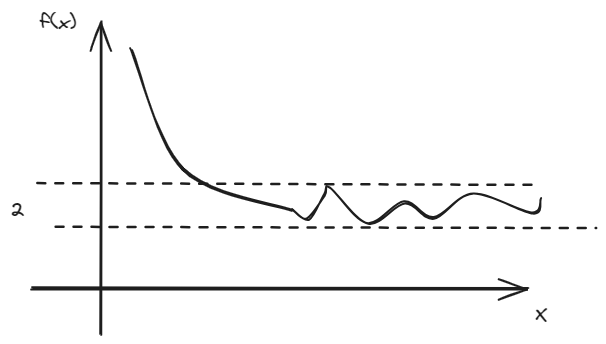
The Excalidraw diagram diplom/assets/math/optimization/stability.excalidraw.png in NMashalov/EducationGenerativeModelApplication, before a commit. Source tidied: one line per element, renumbered; positions are measured from the earlier drawing's top-left corner, leaving out a move shared by most shapes.
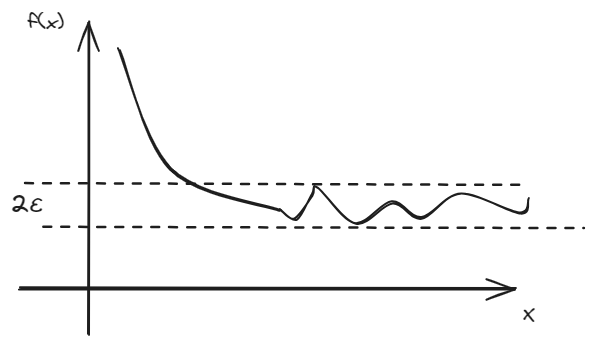
After the change.

What changed in the source:
```diff
@@ -6,4 +6,4 @@
 {"id": 5, "type": "text", "text": "X", "strokeColor": "#1e1e1e", "strokeWidth": 2, "roughness": 1, "fontSize": 20, "fontFamily": 1, "x": 525, "y": 292, "width": 12, "height": 25}
 {"id": 6, "type": "line", "strokeColor": "#1e1e1e", "strokeWidth": 2, "strokeStyle": "dashed", "roughness": 1, "round": true, "x": 28, "y": 174, "width": 500, "height": 1, "points": [[0, 0], [500, 1]]}
 {"id": 7, "type": "line", "strokeColor": "#1e1e1e", "strokeWidth": 2, "strokeStyle": "dashed", "roughness": 1, "round": true, "x": 46, "y": 217, "width": 541, "height": 0, "points": [[0, 0], [541, 0]]}
-{"id": 8, "type": "text", "text": "2", "strokeColor": "#1e1e1e", "strokeWidth": 2, "strokeStyle": "dashed", "roughness": 1, "fontSize": 20, "fontFamily": 1, "x": 0, "y": 188, "width": 14, "height": 25}
+{"id": 9, "type": "text", "text": "2ε", "strokeColor": "#1e1e1e", "strokeWidth": 2, "roughness": 1, "fontSize": 26.59, "fontFamily": 1, "x": 12, "y": 179, "width": 32, "height": 33}
```
